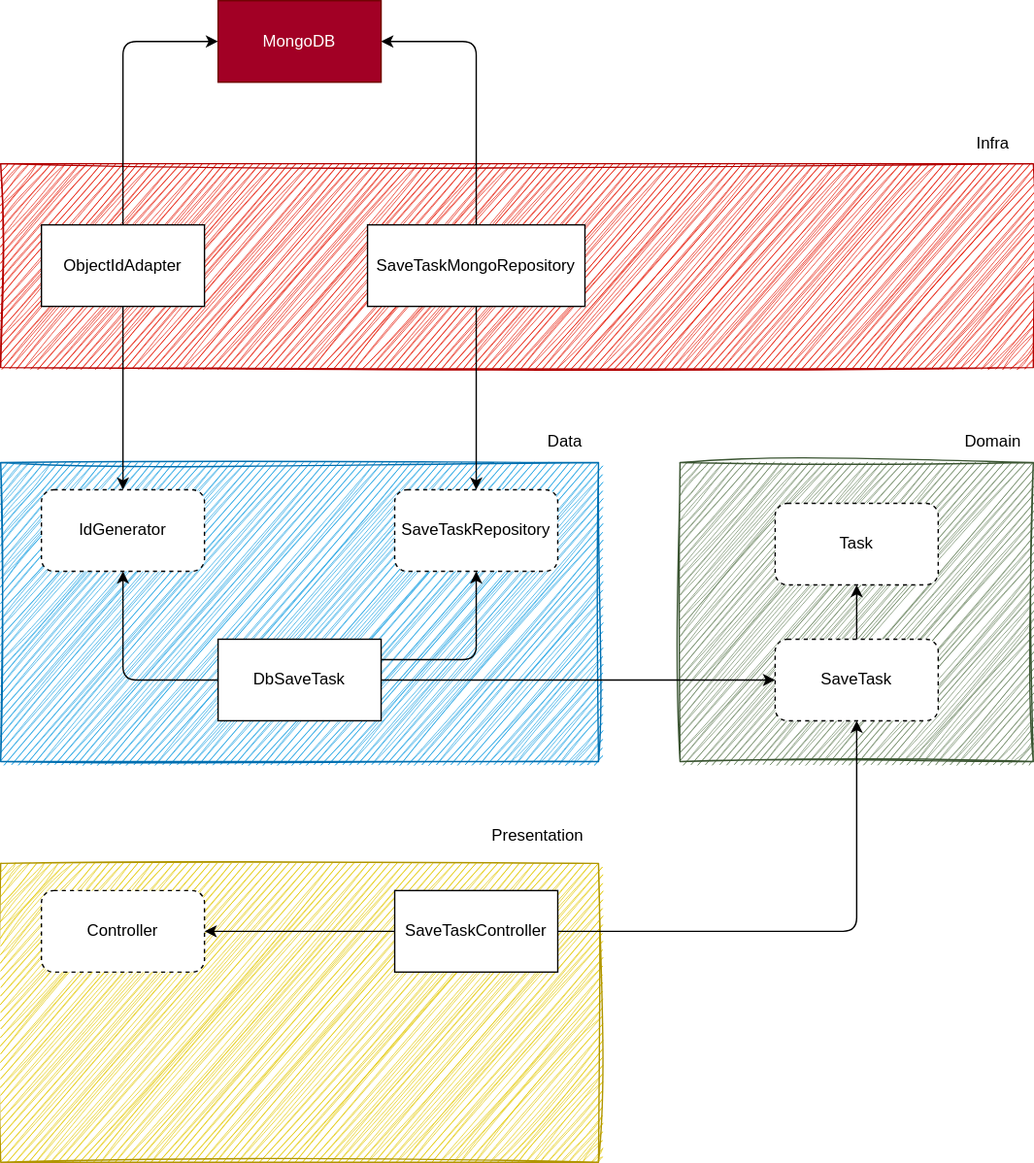
mrbrunelli/clean-arch-tasks-example keeps this draw.io diagram as docs/diagram.svg. Above is the earlier version. Source tidied: cells renumbered, new cells last; positions are measured from the earlier drawing's top-left corner, leaving out a move shared by most shapes. Source of this version:
```xml
<mxGraphModel>
  <root>
    <mxCell id="0" />
    <mxCell id="1" parent="0" />
    <mxCell id="2" style="rounded=0;whiteSpace=wrap;html=1;fillColor=#6d8764;strokeColor=#3A5431;glass=0;shadow=0;sketch=1;curveFitting=1;jiggle=2;fontColor=#ffffff;" parent="1" vertex="1">
      <mxGeometry x="500" y="340" width="260" height="220" as="geometry" />
    </mxCell>
    <mxCell id="3" value="Domain" style="text;html=1;align=center;verticalAlign=middle;strokeColor=none;fillColor=none;" parent="1" vertex="1">
      <mxGeometry x="700" y="310" width="60" height="30" as="geometry" />
    </mxCell>
    <mxCell id="4" value="Task" style="rounded=1;whiteSpace=wrap;html=1;dashed=1;" parent="1" vertex="1">
      <mxGeometry x="570" y="370" width="120" height="60" as="geometry" />
    </mxCell>
    <mxCell id="5" style="edgeStyle=none;html=1;exitX=0.5;exitY=0;exitDx=0;exitDy=0;" parent="1" edge="1" source="6" target="4">
      <mxGeometry relative="1" as="geometry" />
    </mxCell>
    <mxCell id="6" value="SaveTask" style="rounded=1;whiteSpace=wrap;html=1;dashed=1;" parent="1" vertex="1">
      <mxGeometry x="570" y="470" width="120" height="60" as="geometry" />
    </mxCell>
    <mxCell id="7" style="rounded=0;whiteSpace=wrap;html=1;fillColor=#1ba1e2;fontColor=#ffffff;strokeColor=#006EAF;sketch=1;curveFitting=1;jiggle=2;" parent="1" vertex="1">
      <mxGeometry y="340" width="440" height="220" as="geometry" />
    </mxCell>
    <mxCell id="8" value="Data" style="text;html=1;align=center;verticalAlign=middle;strokeColor=none;fillColor=none;" parent="1" vertex="1">
      <mxGeometry x="390" y="310" width="50" height="30" as="geometry" />
    </mxCell>
    <mxCell id="9" style="edgeStyle=orthogonalEdgeStyle;rounded=0;jettySize=auto;html=1;" parent="1" edge="1" source="12" target="6">
      <mxGeometry relative="1" as="geometry" />
    </mxCell>
    <mxCell id="10" style="edgeStyle=none;html=1;entryX=0.5;entryY=1;entryDx=0;entryDy=0;" parent="1" edge="1" source="12" target="14">
      <mxGeometry relative="1" as="geometry">
        <Array as="points">
          <mxPoint x="90" y="500" />
        </Array>
      </mxGeometry>
    </mxCell>
    <mxCell id="11" style="edgeStyle=none;html=1;exitX=1;exitY=0.25;exitDx=0;exitDy=0;entryX=0.5;entryY=1;entryDx=0;entryDy=0;" parent="1" edge="1" source="12" target="13">
      <mxGeometry relative="1" as="geometry">
        <Array as="points">
          <mxPoint x="350" y="485" />
        </Array>
      </mxGeometry>
    </mxCell>
    <mxCell id="12" value="DbSaveTask" style="rounded=0;whiteSpace=wrap;html=1;" parent="1" vertex="1">
      <mxGeometry x="160" y="470" width="120" height="60" as="geometry" />
    </mxCell>
    <mxCell id="13" value="SaveTaskRepository" style="rounded=1;whiteSpace=wrap;html=1;dashed=1;" parent="1" vertex="1">
      <mxGeometry x="290" y="360" width="120" height="60" as="geometry" />
    </mxCell>
    <mxCell id="14" value="IdGenerator" style="rounded=1;whiteSpace=wrap;html=1;dashed=1;" parent="1" vertex="1">
      <mxGeometry x="30" y="360" width="120" height="60" as="geometry" />
    </mxCell>
    <mxCell id="15" style="rounded=0;whiteSpace=wrap;html=1;fillColor=#e3c800;strokeColor=#B09500;sketch=1;curveFitting=1;jiggle=2;fontColor=#000000;" parent="1" vertex="1">
      <mxGeometry y="635" width="440" height="220" as="geometry" />
    </mxCell>
    <mxCell id="16" value="Presentation" style="text;html=1;align=center;verticalAlign=middle;strokeColor=none;fillColor=none;" parent="1" vertex="1">
      <mxGeometry x="350" y="600" width="90" height="30" as="geometry" />
    </mxCell>
    <mxCell id="17" value="Controller" style="rounded=1;whiteSpace=wrap;html=1;dashed=1;" parent="1" vertex="1">
      <mxGeometry x="30" y="655" width="120" height="60" as="geometry" />
    </mxCell>
    <mxCell id="18" style="edgeStyle=none;html=1;exitX=1;exitY=0.5;exitDx=0;exitDy=0;entryX=0.5;entryY=1;entryDx=0;entryDy=0;" parent="1" edge="1" source="20" target="6">
      <mxGeometry relative="1" as="geometry">
        <Array as="points">
          <mxPoint x="630" y="685" />
        </Array>
      </mxGeometry>
    </mxCell>
    <mxCell id="19" style="edgeStyle=none;html=1;" parent="1" edge="1" source="20" target="17">
      <mxGeometry relative="1" as="geometry" />
    </mxCell>
    <mxCell id="20" value="SaveTaskController" style="rounded=0;whiteSpace=wrap;html=1;" parent="1" vertex="1">
      <mxGeometry x="290" y="655" width="120" height="60" as="geometry" />
    </mxCell>
    <mxCell id="21" style="rounded=0;whiteSpace=wrap;html=1;fillColor=#e51400;fontColor=#ffffff;strokeColor=#B20000;sketch=1;curveFitting=1;jiggle=2;" parent="1" vertex="1">
      <mxGeometry y="120" width="760" height="150" as="geometry" />
    </mxCell>
    <mxCell id="22" value="Infra" style="text;html=1;align=center;verticalAlign=middle;strokeColor=none;fillColor=none;" parent="1" vertex="1">
      <mxGeometry x="705" y="90" width="50" height="30" as="geometry" />
    </mxCell>
    <mxCell id="23" style="edgeStyle=none;html=1;" parent="1" edge="1" source="25" target="14">
      <mxGeometry relative="1" as="geometry" />
    </mxCell>
    <mxCell id="24" style="edgeStyle=none;html=1;exitX=0.5;exitY=0;exitDx=0;exitDy=0;entryX=0;entryY=0.5;entryDx=0;entryDy=0;" parent="1" edge="1" source="25" target="29">
      <mxGeometry relative="1" as="geometry">
        <Array as="points">
          <mxPoint x="90" y="30" />
        </Array>
      </mxGeometry>
    </mxCell>
    <mxCell id="25" value="ObjectIdAdapter" style="rounded=0;whiteSpace=wrap;html=1;" parent="1" vertex="1">
      <mxGeometry x="30" y="165" width="120" height="60" as="geometry" />
    </mxCell>
    <mxCell id="26" style="edgeStyle=none;html=1;entryX=0.5;entryY=0;entryDx=0;entryDy=0;" parent="1" edge="1" source="28" target="13">
      <mxGeometry relative="1" as="geometry" />
    </mxCell>
    <mxCell id="27" style="edgeStyle=none;html=1;exitX=0.5;exitY=0;exitDx=0;exitDy=0;entryX=1;entryY=0.5;entryDx=0;entryDy=0;" parent="1" edge="1" source="28" target="29">
      <mxGeometry relative="1" as="geometry">
        <Array as="points">
          <mxPoint x="350" y="30" />
        </Array>
      </mxGeometry>
    </mxCell>
    <mxCell id="28" value="SaveTaskMongoRepository" style="rounded=0;whiteSpace=wrap;html=1;" parent="1" vertex="1">
      <mxGeometry x="270" y="165" width="160" height="60" as="geometry" />
    </mxCell>
    <mxCell id="29" value="MongoDB" style="rounded=0;whiteSpace=wrap;html=1;fillColor=#a20025;fontColor=#ffffff;strokeColor=#6F0000;" parent="1" vertex="1">
      <mxGeometry x="160" width="120" height="60" as="geometry" />
    </mxCell>
  </root>
</mxGraphModel>
```
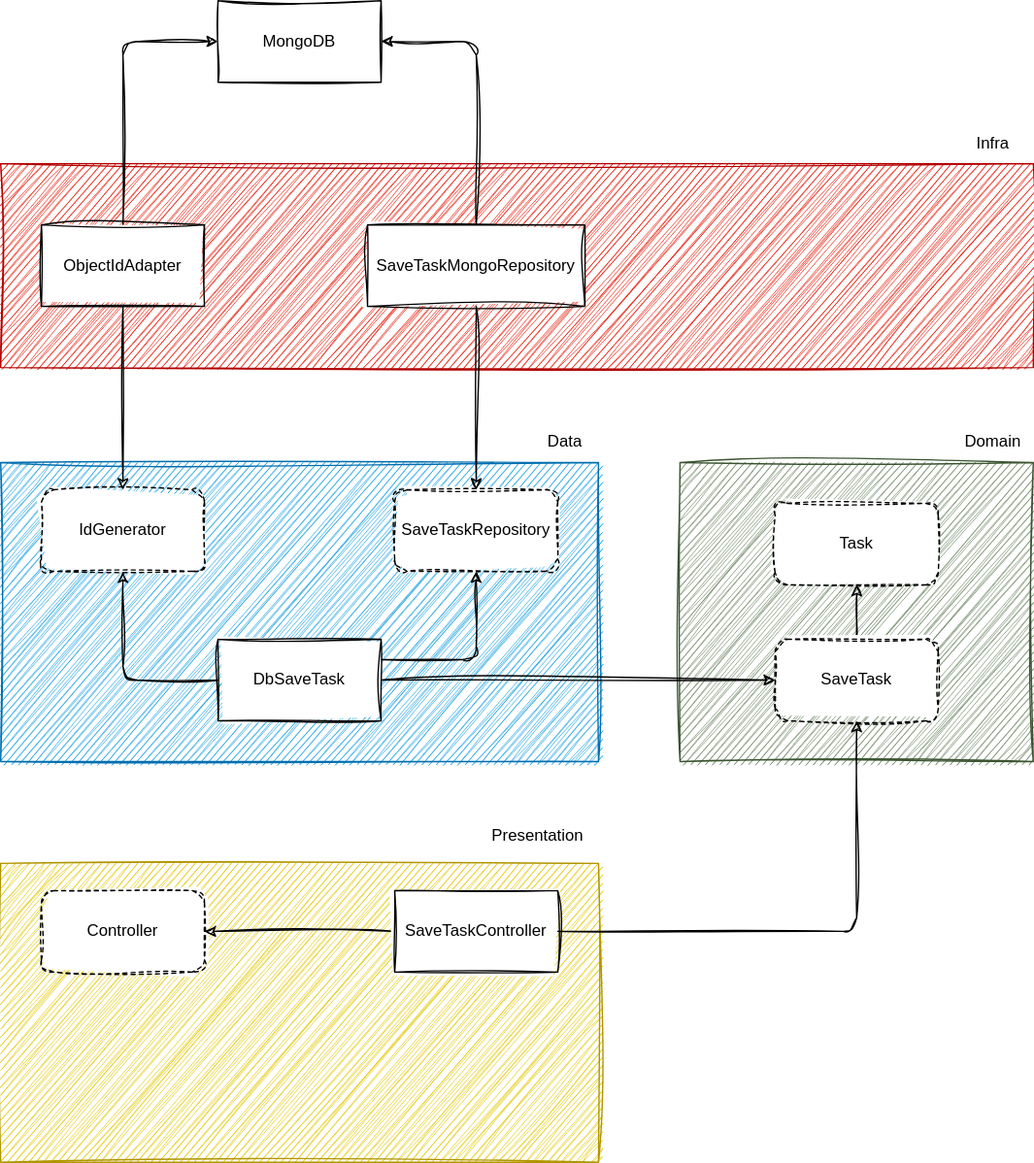
After the change.

Commit message:
add sketch mode in svg

The edit, as a diff of the source:
```diff
@@ -2,108 +2,110 @@
   <root>
     <mxCell id="0" />
     <mxCell id="1" parent="0" />
-    <mxCell id="2" style="rounded=0;whiteSpace=wrap;html=1;fillColor=#6d8764;strokeColor=#3A5431;glass=0;shadow=0;sketch=1;curveFitting=1;jiggle=2;fontColor=#ffffff;" parent="1" vertex="1">
+    <mxCell id="2" style="rounded=0;whiteSpace=wrap;html=1;fillColor=#6d8764;strokeColor=#3A5431;glass=0;shadow=0;fontColor=#ffffff;sketch=1;curveFitting=1;jiggle=2;" parent="1" vertex="1">
       <mxGeometry x="500" y="340" width="260" height="220" as="geometry" />
     </mxCell>
-    <mxCell id="3" value="Domain" style="text;html=1;align=center;verticalAlign=middle;strokeColor=none;fillColor=none;" parent="1" vertex="1">
+    <mxCell id="3" value="Domain" style="text;html=1;align=center;verticalAlign=middle;strokeColor=none;fillColor=none;sketch=1;curveFitting=1;jiggle=2;" parent="1" vertex="1">
       <mxGeometry x="700" y="310" width="60" height="30" as="geometry" />
     </mxCell>
-    <mxCell id="4" value="Task" style="rounded=1;whiteSpace=wrap;html=1;dashed=1;" parent="1" vertex="1">
+    <mxCell id="4" value="Task" style="rounded=1;whiteSpace=wrap;html=1;dashed=1;sketch=1;curveFitting=1;jiggle=2;" parent="1" vertex="1">
       <mxGeometry x="570" y="370" width="120" height="60" as="geometry" />
     </mxCell>
-    <mxCell id="5" style="edgeStyle=none;html=1;exitX=0.5;exitY=0;exitDx=0;exitDy=0;" parent="1" edge="1" source="6" target="4">
+    <mxCell id="5" style="edgeStyle=none;html=1;exitX=0.5;exitY=0;exitDx=0;exitDy=0;sketch=1;curveFitting=1;jiggle=2;" parent="1" edge="1" source="6" target="4">
       <mxGeometry relative="1" as="geometry" />
     </mxCell>
-    <mxCell id="6" value="SaveTask" style="rounded=1;whiteSpace=wrap;html=1;dashed=1;" parent="1" vertex="1">
+    <mxCell id="6" value="SaveTask" style="rounded=1;whiteSpace=wrap;html=1;dashed=1;sketch=1;curveFitting=1;jiggle=2;" parent="1" vertex="1">
       <mxGeometry x="570" y="470" width="120" height="60" as="geometry" />
     </mxCell>
     <mxCell id="7" style="rounded=0;whiteSpace=wrap;html=1;fillColor=#1ba1e2;fontColor=#ffffff;strokeColor=#006EAF;sketch=1;curveFitting=1;jiggle=2;" parent="1" vertex="1">
       <mxGeometry y="340" width="440" height="220" as="geometry" />
     </mxCell>
-    <mxCell id="8" value="Data" style="text;html=1;align=center;verticalAlign=middle;strokeColor=none;fillColor=none;" parent="1" vertex="1">
+    <mxCell id="8" value="Data" style="text;html=1;align=center;verticalAlign=middle;strokeColor=none;fillColor=none;sketch=1;curveFitting=1;jiggle=2;" parent="1" vertex="1">
       <mxGeometry x="390" y="310" width="50" height="30" as="geometry" />
     </mxCell>
-    <mxCell id="9" style="edgeStyle=orthogonalEdgeStyle;rounded=0;jettySize=auto;html=1;" parent="1" edge="1" source="12" target="6">
+    <mxCell id="9" style="edgeStyle=orthogonalEdgeStyle;rounded=0;jettySize=auto;html=1;sketch=1;curveFitting=1;jiggle=2;" parent="1" edge="1" source="12" target="6">
       <mxGeometry relative="1" as="geometry" />
     </mxCell>
-    <mxCell id="10" style="edgeStyle=none;html=1;entryX=0.5;entryY=1;entryDx=0;entryDy=0;" parent="1" edge="1" source="12" target="14">
+    <mxCell id="10" style="edgeStyle=none;html=1;entryX=0.5;entryY=1;entryDx=0;entryDy=0;sketch=1;curveFitting=1;jiggle=2;" parent="1" edge="1" source="12" target="14">
       <mxGeometry relative="1" as="geometry">
         <Array as="points">
           <mxPoint x="90" y="500" />
         </Array>
       </mxGeometry>
     </mxCell>
-    <mxCell id="11" style="edgeStyle=none;html=1;exitX=1;exitY=0.25;exitDx=0;exitDy=0;entryX=0.5;entryY=1;entryDx=0;entryDy=0;" parent="1" edge="1" source="12" target="13">
+    <mxCell id="11" style="edgeStyle=none;html=1;exitX=1;exitY=0.25;exitDx=0;exitDy=0;entryX=0.5;entryY=1;entryDx=0;entryDy=0;sketch=1;curveFitting=1;jiggle=2;" parent="1" edge="1" source="12" target="13">
       <mxGeometry relative="1" as="geometry">
         <Array as="points">
           <mxPoint x="350" y="485" />
         </Array>
       </mxGeometry>
     </mxCell>
-    <mxCell id="12" value="DbSaveTask" style="rounded=0;whiteSpace=wrap;html=1;" parent="1" vertex="1">
+    <mxCell id="12" value="DbSaveTask" style="rounded=0;whiteSpace=wrap;html=1;sketch=1;curveFitting=1;jiggle=2;" parent="1" vertex="1">
       <mxGeometry x="160" y="470" width="120" height="60" as="geometry" />
     </mxCell>
-    <mxCell id="13" value="SaveTaskRepository" style="rounded=1;whiteSpace=wrap;html=1;dashed=1;" parent="1" vertex="1">
+    <mxCell id="13" value="SaveTaskRepository" style="rounded=1;whiteSpace=wrap;html=1;dashed=1;sketch=1;curveFitting=1;jiggle=2;" parent="1" vertex="1">
       <mxGeometry x="290" y="360" width="120" height="60" as="geometry" />
     </mxCell>
-    <mxCell id="14" value="IdGenerator" style="rounded=1;whiteSpace=wrap;html=1;dashed=1;" parent="1" vertex="1">
+    <mxCell id="14" value="IdGenerator" style="rounded=1;whiteSpace=wrap;html=1;dashed=1;sketch=1;curveFitting=1;jiggle=2;" parent="1" vertex="1">
       <mxGeometry x="30" y="360" width="120" height="60" as="geometry" />
     </mxCell>
-    <mxCell id="15" style="rounded=0;whiteSpace=wrap;html=1;fillColor=#e3c800;strokeColor=#B09500;sketch=1;curveFitting=1;jiggle=2;fontColor=#000000;" parent="1" vertex="1">
+    <mxCell id="15" style="rounded=0;whiteSpace=wrap;html=1;fillColor=#e3c800;strokeColor=#B09500;fontColor=#000000;sketch=1;curveFitting=1;jiggle=2;" parent="1" vertex="1">
       <mxGeometry y="635" width="440" height="220" as="geometry" />
     </mxCell>
-    <mxCell id="16" value="Presentation" style="text;html=1;align=center;verticalAlign=middle;strokeColor=none;fillColor=none;" parent="1" vertex="1">
+    <mxCell id="16" value="Presentation" style="text;html=1;align=center;verticalAlign=middle;strokeColor=none;fillColor=none;sketch=1;curveFitting=1;jiggle=2;" parent="1" vertex="1">
       <mxGeometry x="350" y="600" width="90" height="30" as="geometry" />
     </mxCell>
-    <mxCell id="17" value="Controller" style="rounded=1;whiteSpace=wrap;html=1;dashed=1;" parent="1" vertex="1">
+    <mxCell id="17" value="Controller" style="rounded=1;whiteSpace=wrap;html=1;dashed=1;sketch=1;curveFitting=1;jiggle=2;" parent="1" vertex="1">
       <mxGeometry x="30" y="655" width="120" height="60" as="geometry" />
     </mxCell>
-    <mxCell id="18" style="edgeStyle=none;html=1;exitX=1;exitY=0.5;exitDx=0;exitDy=0;entryX=0.5;entryY=1;entryDx=0;entryDy=0;" parent="1" edge="1" source="20" target="6">
+    <mxCell id="18" style="edgeStyle=none;html=1;exitX=1;exitY=0.5;exitDx=0;exitDy=0;entryX=0.5;entryY=1;entryDx=0;entryDy=0;sketch=1;curveFitting=1;jiggle=2;" parent="1" edge="1" source="20" target="6">
       <mxGeometry relative="1" as="geometry">
         <Array as="points">
           <mxPoint x="630" y="685" />
         </Array>
       </mxGeometry>
     </mxCell>
-    <mxCell id="19" style="edgeStyle=none;html=1;" parent="1" edge="1" source="20" target="17">
+    <mxCell id="19" style="edgeStyle=none;html=1;sketch=1;curveFitting=1;jiggle=2;" parent="1" edge="1" source="20" target="17">
       <mxGeometry relative="1" as="geometry" />
     </mxCell>
-    <mxCell id="20" value="SaveTaskController" style="rounded=0;whiteSpace=wrap;html=1;" parent="1" vertex="1">
+    <mxCell id="20" value="SaveTaskController" style="rounded=0;whiteSpace=wrap;html=1;sketch=1;curveFitting=1;jiggle=2;" parent="1" vertex="1">
       <mxGeometry x="290" y="655" width="120" height="60" as="geometry" />
     </mxCell>
     <mxCell id="21" style="rounded=0;whiteSpace=wrap;html=1;fillColor=#e51400;fontColor=#ffffff;strokeColor=#B20000;sketch=1;curveFitting=1;jiggle=2;" parent="1" vertex="1">
       <mxGeometry y="120" width="760" height="150" as="geometry" />
     </mxCell>
-    <mxCell id="22" value="Infra" style="text;html=1;align=center;verticalAlign=middle;strokeColor=none;fillColor=none;" parent="1" vertex="1">
+    <mxCell id="22" value="Infra" style="text;html=1;align=center;verticalAlign=middle;strokeColor=none;fillColor=none;sketch=1;curveFitting=1;jiggle=2;" parent="1" vertex="1">
       <mxGeometry x="705" y="90" width="50" height="30" as="geometry" />
     </mxCell>
-    <mxCell id="23" style="edgeStyle=none;html=1;" parent="1" edge="1" source="25" target="14">
+    <mxCell id="23" style="edgeStyle=none;html=1;sketch=1;curveFitting=1;jiggle=2;" parent="1" edge="1" source="25" target="14">
       <mxGeometry relative="1" as="geometry" />
     </mxCell>
-    <mxCell id="24" style="edgeStyle=none;html=1;exitX=0.5;exitY=0;exitDx=0;exitDy=0;entryX=0;entryY=0.5;entryDx=0;entryDy=0;" parent="1" edge="1" source="25" target="29">
+    <mxCell id="24" style="edgeStyle=none;html=1;exitX=0.5;exitY=0;exitDx=0;exitDy=0;entryX=0;entryY=0.5;entryDx=0;entryDy=0;sketch=1;curveFitting=1;jiggle=2;" parent="1" edge="1" source="25">
       <mxGeometry relative="1" as="geometry">
+        <mxPoint x="160" y="30" as="targetPoint" />
         <Array as="points">
           <mxPoint x="90" y="30" />
         </Array>
       </mxGeometry>
     </mxCell>
-    <mxCell id="25" value="ObjectIdAdapter" style="rounded=0;whiteSpace=wrap;html=1;" parent="1" vertex="1">
+    <mxCell id="25" value="ObjectIdAdapter" style="rounded=0;whiteSpace=wrap;html=1;sketch=1;curveFitting=1;jiggle=2;" parent="1" vertex="1">
       <mxGeometry x="30" y="165" width="120" height="60" as="geometry" />
     </mxCell>
-    <mxCell id="26" style="edgeStyle=none;html=1;entryX=0.5;entryY=0;entryDx=0;entryDy=0;" parent="1" edge="1" source="28" target="13">
+    <mxCell id="26" style="edgeStyle=none;html=1;entryX=0.5;entryY=0;entryDx=0;entryDy=0;sketch=1;curveFitting=1;jiggle=2;" parent="1" edge="1" source="28" target="13">
       <mxGeometry relative="1" as="geometry" />
     </mxCell>
-    <mxCell id="27" style="edgeStyle=none;html=1;exitX=0.5;exitY=0;exitDx=0;exitDy=0;entryX=1;entryY=0.5;entryDx=0;entryDy=0;" parent="1" edge="1" source="28" target="29">
+    <mxCell id="27" style="edgeStyle=none;html=1;exitX=0.5;exitY=0;exitDx=0;exitDy=0;entryX=1;entryY=0.5;entryDx=0;entryDy=0;sketch=1;curveFitting=1;jiggle=2;" parent="1" edge="1" source="28">
       <mxGeometry relative="1" as="geometry">
+        <mxPoint x="280" y="30" as="targetPoint" />
         <Array as="points">
           <mxPoint x="350" y="30" />
         </Array>
       </mxGeometry>
     </mxCell>
-    <mxCell id="28" value="SaveTaskMongoRepository" style="rounded=0;whiteSpace=wrap;html=1;" parent="1" vertex="1">
+    <mxCell id="28" value="SaveTaskMongoRepository" style="rounded=0;whiteSpace=wrap;html=1;sketch=1;curveFitting=1;jiggle=2;" parent="1" vertex="1">
       <mxGeometry x="270" y="165" width="160" height="60" as="geometry" />
     </mxCell>
-    <mxCell id="29" value="MongoDB" style="rounded=0;whiteSpace=wrap;html=1;fillColor=#a20025;fontColor=#ffffff;strokeColor=#6F0000;" parent="1" vertex="1">
+    <mxCell id="29" value="MongoDB" style="rounded=0;whiteSpace=wrap;html=1;sketch=1;curveFitting=1;jiggle=2;" parent="1" vertex="1">
       <mxGeometry x="160" width="120" height="60" as="geometry" />
     </mxCell>
   </root>
```
